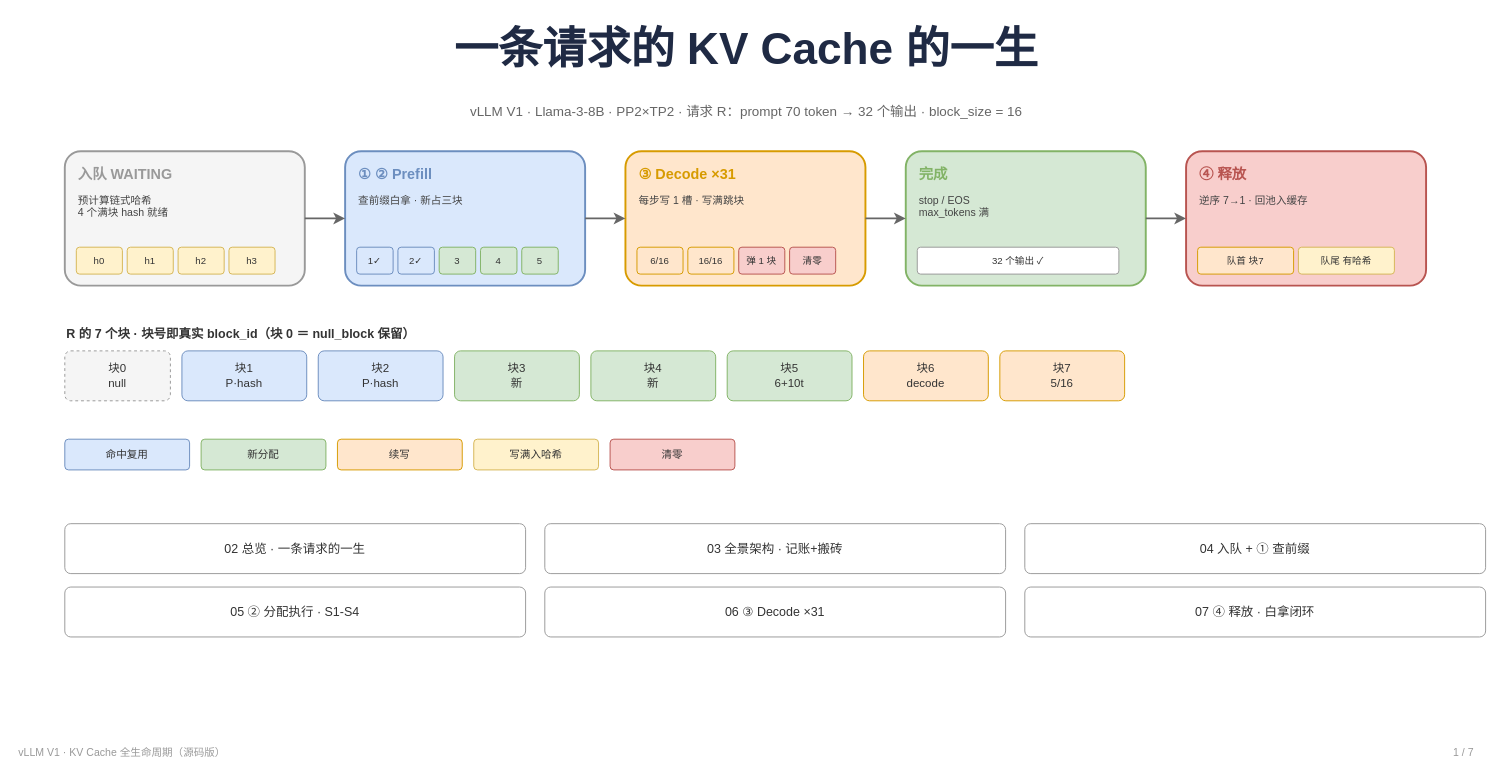
This is page "01 封面" (1 of 8) of vllm/v1/core/kvcache_draw_ppt/kvcache_runtime_sequence_ppt.drawio from GoCHug/vllm, a draw.io file, before an edit. Source tidied: cells renumbered, new cells numbered last; positions are measured from the earlier drawing's top-left corner, leaving out a move shared by most shapes. Both pictures are drawn from the tidied source at 96%, with x=0, y=0 at pixel (16, 16).
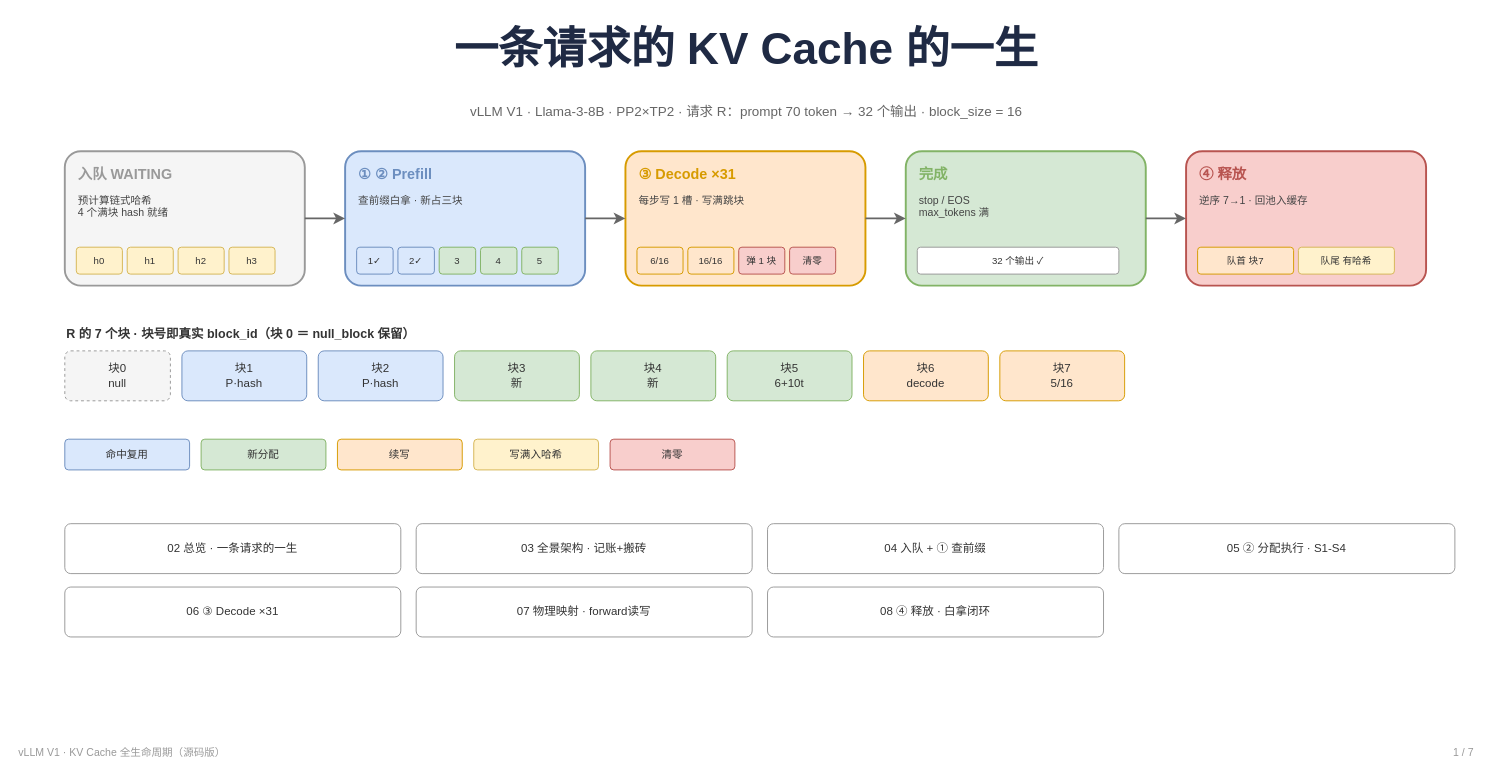
The same diagram, later.

What changed in the source:
```diff
@@
-    <mxCell id="53" value="02 总览 · 一条请求的一生" style="rounded=1;whiteSpace=wrap;html=1;arcSize=12;fillColor=#ffffff;strokeColor=#999999;strokeWidth=1;fontSize=13;fontColor=#333333;align=center;" parent="1" vertex="1">
-      <mxGeometry x="50" y="528" width="480" height="52" as="geometry" />
+    <mxCell id="53" value="02 总览 · 一条请求的一生" style="rounded=1;whiteSpace=wrap;html=1;arcSize=12;fillColor=#ffffff;strokeColor=#999999;strokeWidth=1;fontSize=12;fontColor=#333333;align=center;" parent="1" vertex="1">
+      <mxGeometry x="50" y="528" width="350" height="52" as="geometry" />
     </mxCell>
-    <mxCell id="54" value="03 全景架构 · 记账+搬砖" style="rounded=1;whiteSpace=wrap;html=1;arcSize=12;fillColor=#ffffff;strokeColor=#999999;strokeWidth=1;fontSize=13;fontColor=#333333;align=center;" parent="1" vertex="1">
-      <mxGeometry x="550" y="528" width="480" height="52" as="geometry" />
+    <mxCell id="54" value="03 全景架构 · 记账+搬砖" style="rounded=1;whiteSpace=wrap;html=1;arcSize=12;fillColor=#ffffff;strokeColor=#999999;strokeWidth=1;fontSize=12;fontColor=#333333;align=center;" parent="1" vertex="1">
+      <mxGeometry x="416" y="528" width="350" height="52" as="geometry" />
     </mxCell>
-    <mxCell id="55" value="04 入队 + ① 查前缀" style="rounded=1;whiteSpace=wrap;html=1;arcSize=12;fillColor=#ffffff;strokeColor=#999999;strokeWidth=1;fontSize=13;fontColor=#333333;align=center;" parent="1" vertex="1">
-      <mxGeometry x="1050" y="528" width="480" height="52" as="geometry" />
+    <mxCell id="55" value="04 入队 + ① 查前缀" style="rounded=1;whiteSpace=wrap;html=1;arcSize=12;fillColor=#ffffff;strokeColor=#999999;strokeWidth=1;fontSize=12;fontColor=#333333;align=center;" parent="1" vertex="1">
+      <mxGeometry x="782" y="528" width="350" height="52" as="geometry" />
     </mxCell>
-    <mxCell id="56" value="05 ② 分配执行 · S1-S4" style="rounded=1;whiteSpace=wrap;html=1;arcSize=12;fillColor=#ffffff;strokeColor=#999999;strokeWidth=1;fontSize=13;fontColor=#333333;align=center;" parent="1" vertex="1">
-      <mxGeometry x="50" y="594" width="480" height="52" as="geometry" />
+    <mxCell id="56" value="05 ② 分配执行 · S1-S4" style="rounded=1;whiteSpace=wrap;html=1;arcSize=12;fillColor=#ffffff;strokeColor=#999999;strokeWidth=1;fontSize=12;fontColor=#333333;align=center;" parent="1" vertex="1">
+      <mxGeometry x="1148" y="528" width="350" height="52" as="geometry" />
     </mxCell>
-    <mxCell id="57" value="06 ③ Decode ×31" style="rounded=1;whiteSpace=wrap;html=1;arcSize=12;fillColor=#ffffff;strokeColor=#999999;strokeWidth=1;fontSize=13;fontColor=#333333;align=center;" parent="1" vertex="1">
-      <mxGeometry x="550" y="594" width="480" height="52" as="geometry" />
+    <mxCell id="57" value="06 ③ Decode ×31" style="rounded=1;whiteSpace=wrap;html=1;arcSize=12;fillColor=#ffffff;strokeColor=#999999;strokeWidth=1;fontSize=12;fontColor=#333333;align=center;" parent="1" vertex="1">
+      <mxGeometry x="50" y="594" width="350" height="52" as="geometry" />
     </mxCell>
-    <mxCell id="58" value="07 ④ 释放 · 白拿闭环" style="rounded=1;whiteSpace=wrap;html=1;arcSize=12;fillColor=#ffffff;strokeColor=#999999;strokeWidth=1;fontSize=13;fontColor=#333333;align=center;" parent="1" vertex="1">
-      <mxGeometry x="1050" y="594" width="480" height="52" as="geometry" />
+    <mxCell id="58" value="07 物理映射 · forward读写" style="rounded=1;whiteSpace=wrap;html=1;arcSize=12;fillColor=#ffffff;strokeColor=#999999;strokeWidth=1;fontSize=12;fontColor=#333333;align=center;" parent="1" vertex="1">
+      <mxGeometry x="416" y="594" width="350" height="52" as="geometry" />
     </mxCell>
-    <mxCell id="59" value="vLLM V1 · KV Cache 全生命周期（源码版）" style="text;html=1;whiteSpace=wrap;fontSize=11;fontColor=#999999;align=left;" parent="1" vertex="1">
-      <mxGeometry y="754" width="900" height="24" as="geometry" />
+    <mxCell id="59" value="08 ④ 释放 · 白拿闭环" style="rounded=1;whiteSpace=wrap;html=1;arcSize=12;fillColor=#ffffff;strokeColor=#999999;strokeWidth=1;fontSize=12;fontColor=#333333;align=center;" parent="1" vertex="1">
+      <mxGeometry x="782" y="594" width="350" height="52" as="geometry" />
     </mxCell>
-    <mxCell id="60" value="1 / 7" style="text;html=1;whiteSpace=wrap;fontSize=11;fontColor=#999999;align=right;" parent="1" vertex="1">
-      <mxGeometry x="1420" y="754" width="100" height="24" as="geometry" />
+    <mxCell id="60" value="vLLM V1 · KV Cache 全生命周期（源码版）" style="text;html=1;whiteSpace=wrap;fontSize=11;fontColor=#999999;align=left;" parent="1" vertex="1">
+      <mxGeometry y="754" width="900" height="24" as="geometry" />
     </mxCell>
+    <mxCell id="61" value="1 / 7" style="text;html=1;whiteSpace=wrap;fontSize=11;fontColor=#999999;align=right;" parent="1" vertex="1">
+      <mxGeometry x="1420" y="754" width="100" height="24" as="geometry" />
+    </mxCell>
```
